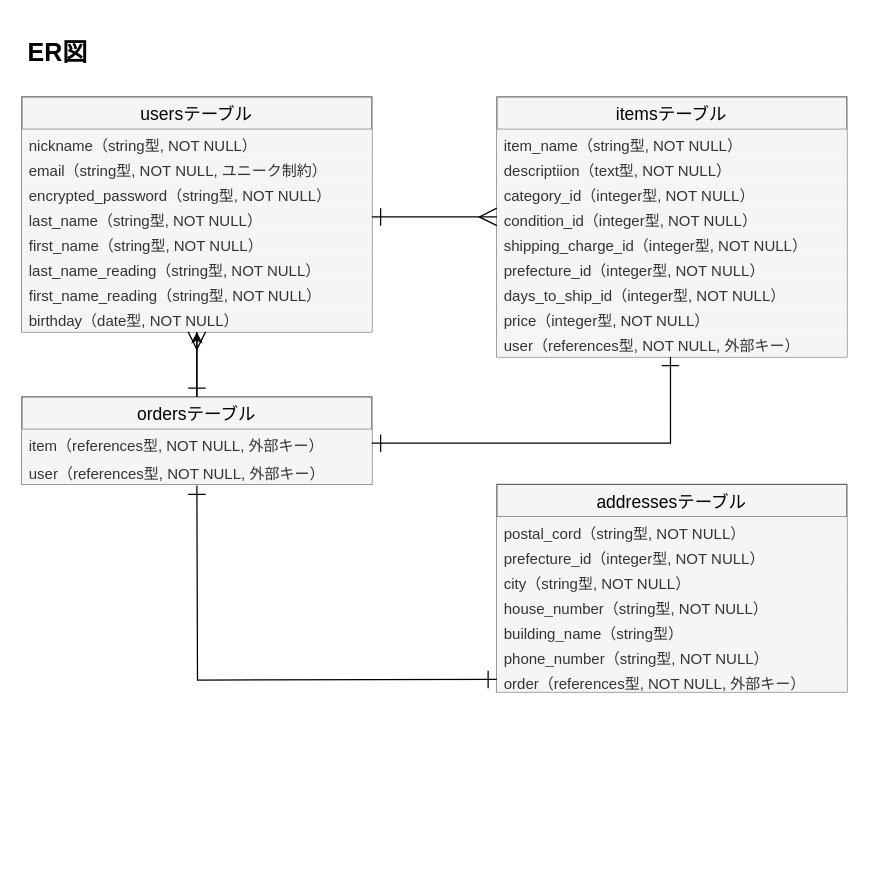
Above: test.dio in yassboss/furima-37030 (draw.io), before the change. Source tidied: cells renumbered, new cells numbered last; positions are measured from the earlier drawing's top-left corner, leaving out a move shared by most shapes. Both pictures are drawn from the tidied source at 125%, with x=0, y=0 at pixel (21, 34).
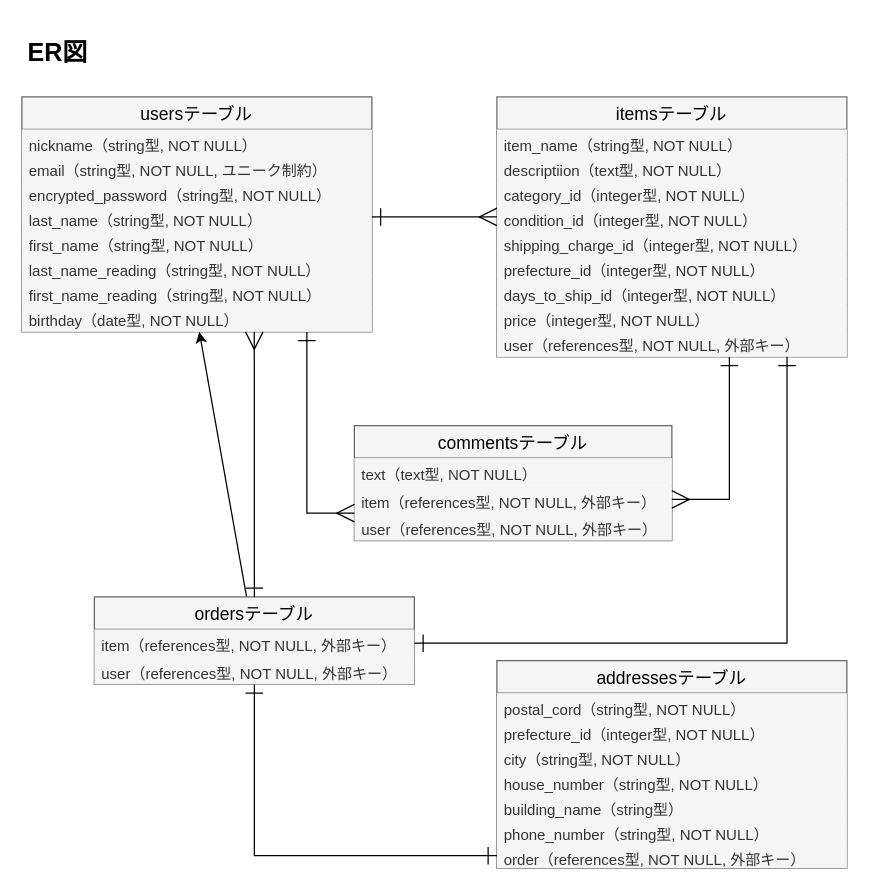
The same page after the edit.

The change refers to these unchanged cells:
```xml
<mxCell id="11" value="user（references型, NOT NULL, 外部キー）" style="text;fillColor=#f5f5f5;spacingLeft=4;spacingRight=4;overflow=hidden;points=[[0,0.5],[1,0.5]];portConstraint=eastwest;fontSize=12;fontColor=#333333;" parent="2" vertex="1">
  <mxGeometry y="186" width="280" height="22" as="geometry" />
</mxCell>
<mxCell id="12" value="usersテーブル" style="swimlane;fontStyle=0;horizontal=1;startSize=26;align=center;fontSize=14;fillColor=#f5f5f5;strokeColor=#666666;fontColor=#000000;" parent="1" vertex="1">
  <mxGeometry y="50" width="280" height="188" as="geometry" />
</mxCell>
<mxCell id="20" value="birthday（date型, NOT NULL）" style="text;fillColor=#f5f5f5;spacingLeft=4;spacingRight=4;overflow=hidden;points=[[0,0.5],[1,0.5]];portConstraint=eastwest;fontSize=12;fontColor=#333333;" parent="12" vertex="1">
  <mxGeometry y="166" width="280" height="22" as="geometry" />
</mxCell>
<mxCell id="32" value="order（references型, NOT NULL, 外部キー）" style="text;fillColor=#f5f5f5;spacingLeft=4;spacingRight=4;overflow=hidden;points=[[0,0.5],[1,0.5]];portConstraint=eastwest;fontSize=12;fontColor=#333333;" parent="25" vertex="1">
  <mxGeometry y="146" width="280" height="20" as="geometry" />
</mxCell>
```

What changed in the source:
```diff
@@
     <mxCell id="22" value="ordersテーブル" style="swimlane;fontStyle=0;horizontal=1;startSize=26;align=center;fontSize=14;fillColor=#f5f5f5;strokeColor=#666666;fontColor=#000000;" parent="1" vertex="1">
-      <mxGeometry y="290" width="280" height="70" as="geometry" />
+      <mxGeometry x="58" y="450" width="256" height="70" as="geometry" />
     </mxCell>
     <mxCell id="23" value="item（references型, NOT NULL, 外部キー）" style="text;spacingLeft=4;spacingRight=4;overflow=hidden;points=[[0,0.5],[1,0.5]];portConstraint=eastwest;fontSize=12;fillColor=#f5f5f5;fontColor=#333333;" parent="22" vertex="1">
-      <mxGeometry y="26" width="280" height="22" as="geometry" />
+      <mxGeometry y="26" width="256" height="22" as="geometry" />
     </mxCell>
     <mxCell id="24" value="user（references型, NOT NULL, 外部キー）" style="text;fillColor=#f5f5f5;spacingLeft=4;spacingRight=4;overflow=hidden;points=[[0,0.5],[1,0.5]];portConstraint=eastwest;fontSize=12;fontColor=#333333;" parent="22" vertex="1">
-      <mxGeometry y="48" width="280" height="22" as="geometry" />
+      <mxGeometry y="48" width="256" height="22" as="geometry" />
     </mxCell>
     <mxCell id="25" value="addressesテーブル" style="swimlane;fontStyle=0;horizontal=1;startSize=26;align=center;fontSize=14;fillColor=#f5f5f5;strokeColor=#666666;fontColor=#000000;" parent="1" vertex="1">
-      <mxGeometry x="380" y="360" width="280" height="166" as="geometry" />
+      <mxGeometry x="380" y="501" width="280" height="166" as="geometry" />
     </mxCell>
@@
-    <mxCell id="34" style="fontSize=12;html=1;endArrow=ERone;endFill=0;startSize=12;endSize=12;strokeWidth=1;startArrow=ERone;startFill=0;labelBorderColor=#000000;strokeColor=#000000;edgeStyle=orthogonalEdgeStyle;rounded=0;" parent="1" edge="1">
+    <mxCell id="34" style="fontSize=12;html=1;endArrow=ERone;endFill=0;startSize=12;endSize=12;strokeWidth=1;startArrow=ERone;startFill=0;labelBorderColor=#000000;strokeColor=#000000;edgeStyle=orthogonalEdgeStyle;rounded=0;exitX=0;exitY=0.5;exitDx=0;exitDy=0;" parent="1" edge="1" source="32" target="24">
       <mxGeometry relative="1" as="geometry">
-        <mxPoint x="380" y="516" as="sourcePoint" />
-        <mxPoint x="140" y="361" as="targetPoint" />
+        <Array as="points">
+          <mxPoint x="186" y="657" />
+        </Array>
       </mxGeometry>
     </mxCell>
-    <mxCell id="35" style="fontSize=12;html=1;endArrow=ERone;endFill=0;startSize=12;endSize=12;strokeWidth=1;rounded=0;startArrow=ERone;startFill=0;entryX=0.496;entryY=1;entryDx=0;entryDy=0;entryPerimeter=0;exitX=1;exitY=0.5;exitDx=0;exitDy=0;labelBackgroundColor=#000000;strokeColor=#000000;edgeStyle=orthogonalEdgeStyle;" parent="1" edge="1" source="23" target="11">
-      <mxGeometry relative="1" as="geometry" />
+    <mxCell id="35" style="fontSize=12;html=1;endArrow=ERone;endFill=0;startSize=12;endSize=12;strokeWidth=1;rounded=0;startArrow=ERone;startFill=0;entryX=0.829;entryY=1;entryDx=0;entryDy=0;entryPerimeter=0;exitX=1;exitY=0.5;exitDx=0;exitDy=0;labelBackgroundColor=#000000;strokeColor=#000000;edgeStyle=orthogonalEdgeStyle;" parent="1" edge="1" source="23" target="11">
+      <mxGeometry relative="1" as="geometry">
+        <Array as="points">
+          <mxPoint x="612" y="487" />
+        </Array>
+      </mxGeometry>
     </mxCell>
@@
-    <mxCell id="37" style="fontSize=12;html=1;endArrow=ERmany;rounded=0;entryX=0.5;entryY=1;entryDx=0;entryDy=0;endFill=0;startArrow=ERone;startFill=0;strokeColor=#000000;strokeWidth=1;endSize=12;startSize=12;" parent="1" edge="1" source="22" target="12">
+    <mxCell id="37" style="fontSize=12;html=1;endArrow=ERmany;rounded=0;entryX=0.664;entryY=1;entryDx=0;entryDy=0;endFill=0;startArrow=ERone;startFill=0;strokeColor=#000000;strokeWidth=1;endSize=12;startSize=12;entryPerimeter=0;" parent="1" edge="1" source="22" target="20">
       <mxGeometry relative="1" as="geometry" />
     </mxCell>
+    <mxCell id="38" value="commentsテーブル" style="swimlane;fontStyle=0;horizontal=1;startSize=26;align=center;fontSize=14;fillColor=#f5f5f5;strokeColor=#666666;fontColor=#000000;" parent="1" vertex="1">
+      <mxGeometry x="266" y="313" width="254" height="92" as="geometry" />
+    </mxCell>
+    <mxCell id="39" value="text（text型, NOT NULL）" style="text;spacingLeft=4;spacingRight=4;overflow=hidden;fontSize=12;fillColor=#f5f5f5;fontColor=#333333;" parent="38" vertex="1">
+      <mxGeometry y="26" width="254" height="22" as="geometry" />
+    </mxCell>
+    <mxCell id="40" value="item（references型, NOT NULL, 外部キー）" style="text;spacingLeft=4;spacingRight=4;overflow=hidden;points=[[0,0.5],[1,0.5]];portConstraint=eastwest;fontSize=12;fillColor=#f5f5f5;fontColor=#333333;" parent="38" vertex="1">
+      <mxGeometry y="48" width="254" height="22" as="geometry" />
+    </mxCell>
+    <mxCell id="41" value="user（references型, NOT NULL, 外部キー）" style="text;fillColor=#f5f5f5;spacingLeft=4;spacingRight=4;overflow=hidden;fontSize=12;fontColor=#333333;" parent="38" vertex="1">
+      <mxGeometry y="70" width="254" height="22" as="geometry" />
+    </mxCell>
+    <mxCell id="42" style="edgeStyle=orthogonalEdgeStyle;fontSize=12;html=1;endArrow=ERmany;rounded=0;endFill=0;strokeWidth=1;endSize=12;strokeColor=#000000;startArrow=ERone;startFill=0;startSize=12;" parent="1" edge="1" target="40">
+      <mxGeometry relative="1" as="geometry">
+        <mxPoint x="566" y="258" as="sourcePoint" />
+        <Array as="points">
+          <mxPoint x="566" y="258" />
+          <mxPoint x="566" y="358" />
+        </Array>
+      </mxGeometry>
+    </mxCell>
+    <mxCell id="43" style="edgeStyle=orthogonalEdgeStyle;fontSize=12;html=1;endArrow=ERmany;rounded=0;endFill=0;strokeWidth=1;endSize=12;strokeColor=#000000;startArrow=ERone;startFill=0;startSize=12;entryX=0;entryY=1;entryDx=0;entryDy=0;entryPerimeter=0;" parent="1" edge="1" source="20" target="40">
+      <mxGeometry relative="1" as="geometry">
+        <Array as="points">
+          <mxPoint x="228" y="383" />
+        </Array>
+      </mxGeometry>
+    </mxCell>
```
